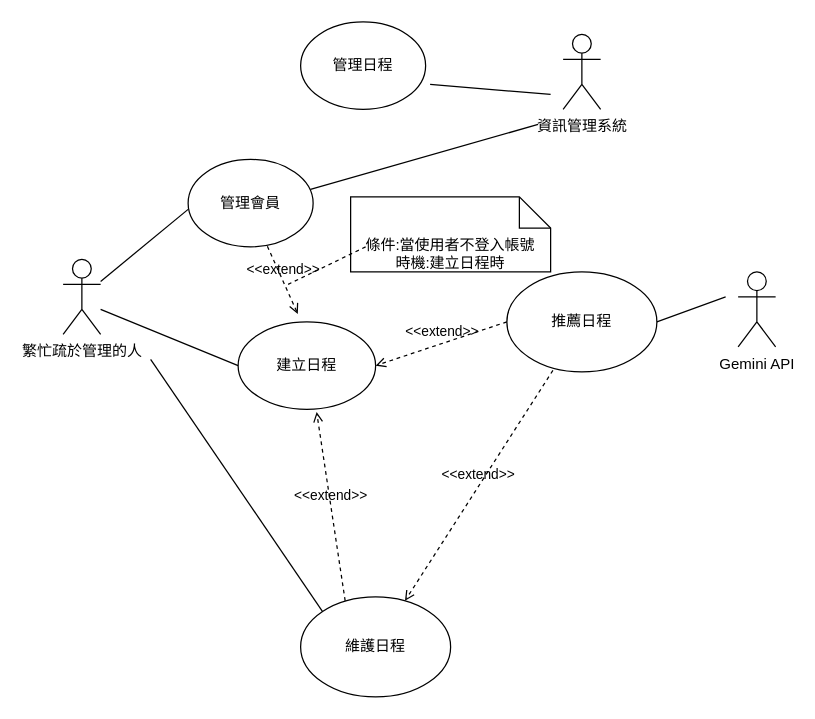
The draw.io diagram 系統設計圖/總審UML.drawio in Kevincheng0804/Graduation-Topic, before the edit. Source tidied: cells renumbered, new cells numbered last; positions are measured from the earlier drawing's top-left corner, leaving out a move shared by most shapes. Both pictures are drawn from the tidied source at 125%, with x=0, y=0 at pixel (62, 21).
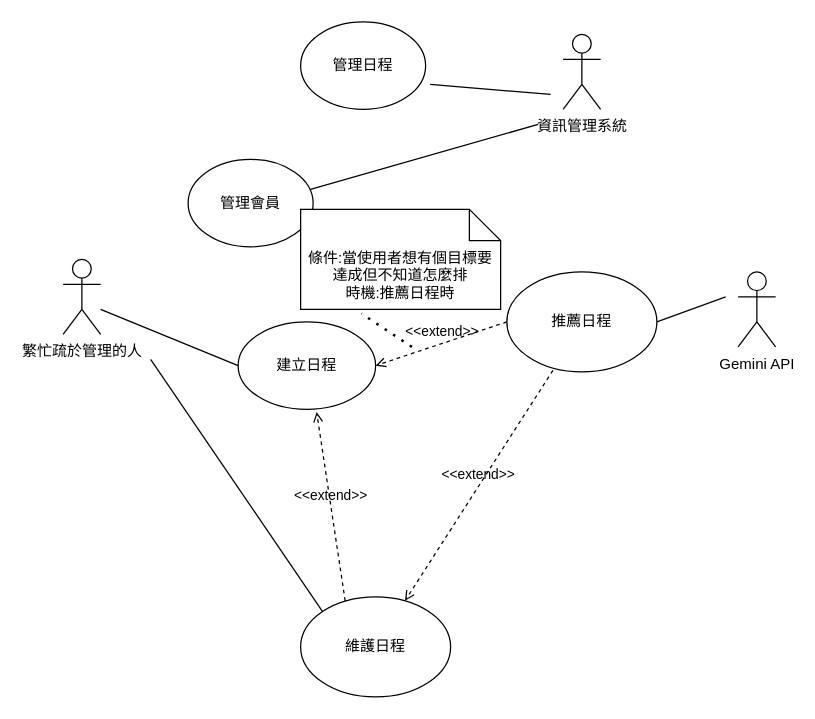
Above is the later version.

Unchanged cells that the change refers to:
```xml
<mxCell id="2" value="繁忙疏於管理的人&lt;div&gt;&lt;br&gt;&lt;/div&gt;" style="shape=umlActor;verticalLabelPosition=bottom;verticalAlign=top;html=1;outlineConnect=0;" parent="1" vertex="1">
  <mxGeometry y="190" width="30" height="60" as="geometry" />
</mxCell>
<mxCell id="3" value="管理會員" style="ellipse;whiteSpace=wrap;html=1;" parent="1" vertex="1">
  <mxGeometry x="100" y="110" width="100" height="70" as="geometry" />
</mxCell>
<mxCell id="4" value="建立日程" style="ellipse;whiteSpace=wrap;html=1;" parent="1" vertex="1">
  <mxGeometry x="140" y="240" width="110" height="70" as="geometry" />
</mxCell>
```

The edit, as a diff of the source:
```diff
@@
-    <mxCell id="8" style="endArrow=none;html=1;rounded=0;" parent="1" edge="1" source="2">
-      <mxGeometry relative="1" as="geometry">
-        <mxPoint x="100" y="150" as="targetPoint" />
-      </mxGeometry>
-    </mxCell>
@@
-    <mxCell id="19" value="&amp;lt;&amp;lt;extend&amp;gt;&amp;gt;" style="html=1;verticalAlign=bottom;labelBackgroundColor=none;endArrow=open;endFill=0;dashed=1;rounded=0;entryX=0.434;entryY=-0.091;entryDx=0;entryDy=0;entryPerimeter=0;exitX=0.634;exitY=0.993;exitDx=0;exitDy=0;exitPerimeter=0;" parent="1" edge="1" source="3" target="4">
-      <mxGeometry relative="1" as="geometry" />
-    </mxCell>
-    <mxCell id="20" value="條件:當使用者不登入帳號&lt;div&gt;時機:建立日程時&lt;br&gt;&lt;div&gt;&lt;br&gt;&lt;/div&gt;&lt;/div&gt;" style="shape=note2;boundedLbl=1;whiteSpace=wrap;html=1;size=25;verticalAlign=top;align=center;" parent="1" vertex="1">
-      <mxGeometry x="230" y="140" width="160" height="60" as="geometry" />
+    <mxCell id="20" value="&lt;span style=&quot;background-color: transparent;&quot;&gt;條件:當使用者想有個目標要達成但不知道怎麼排&lt;/span&gt;&lt;br&gt;&lt;div style=&quot;line-height: 100%;&quot;&gt;&lt;div style=&quot;&quot;&gt;&lt;span style=&quot;background-color: transparent;&quot;&gt;時機:推薦日程時&lt;/span&gt;&lt;/div&gt;&lt;/div&gt;&lt;div style=&quot;line-height: 100%;&quot;&gt;&lt;div style=&quot;&quot;&gt;&lt;div&gt;&lt;/div&gt;&lt;/div&gt;&lt;/div&gt;" style="shape=note2;boundedLbl=1;whiteSpace=wrap;html=1;size=25;verticalAlign=top;align=center;" parent="1" vertex="1">
+      <mxGeometry x="190" y="150" width="160" height="80" as="geometry" />
     </mxCell>
-    <mxCell id="21" style="endArrow=none;startArrow=none;endFill=0;startFill=0;endSize=8;html=1;verticalAlign=bottom;dashed=1;labelBackgroundColor=none;rounded=0;entryX=0.363;entryY=0.013;entryDx=0;entryDy=0;entryPerimeter=0;" parent="1" edge="1">
-      <mxGeometry relative="1" as="geometry">
-        <mxPoint x="242" y="180" as="sourcePoint" />
-        <mxPoint x="180" y="210" as="targetPoint" />
-      </mxGeometry>
-    </mxCell>
+    <mxCell id="22" style="endArrow=none;dashed=1;html=1;dashPattern=1 3;strokeWidth=2;rounded=0;entryX=0.304;entryY=1.042;entryDx=0;entryDy=0;entryPerimeter=0;" parent="1" edge="1" target="20">
+      <mxGeometry relative="1" as="geometry">
+        <mxPoint x="279" y="260" as="sourcePoint" />
+      </mxGeometry>
+    </mxCell>
```
